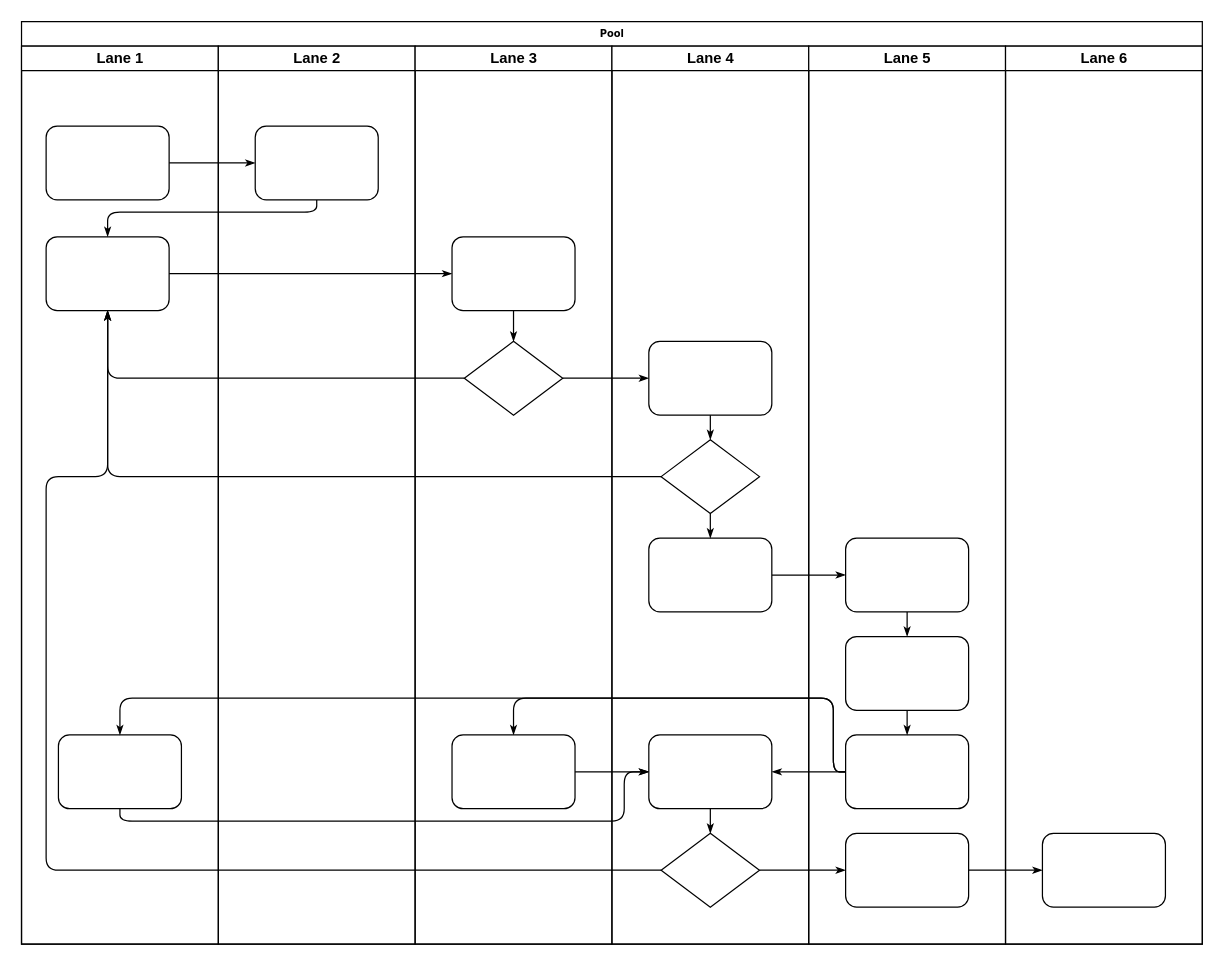
Before: Converter.drawio in wang-zhen-52/Diagrams, a draw.io diagram. Source tidied: cells renumbered, new cells numbered last; positions are measured from the earlier drawing's top-left corner, leaving out a move shared by most shapes. Both pictures are drawn from the tidied source at 123%, with x=0, y=0 at pixel (21, 21).
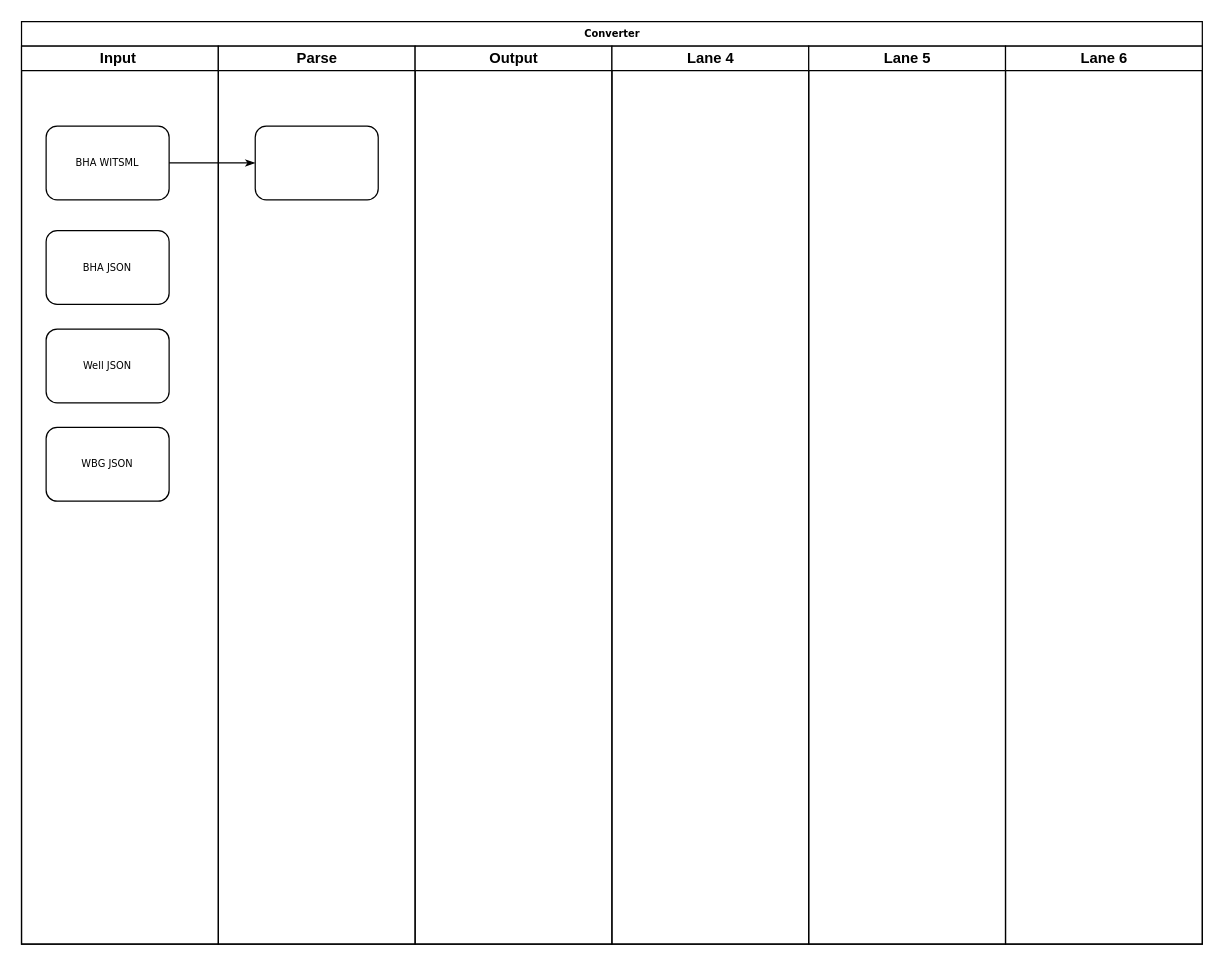
The same page after the edit.

Unchanged cells that the change refers to:
```xml
<mxCell id="23" style="rounded=1;whiteSpace=wrap;html=1;shadow=0;labelBackgroundColor=none;strokeWidth=1;fontFamily=Verdana;fontSize=8;align=center;" parent="22" vertex="1">
  <mxGeometry x="30" y="65" width="100" height="60" as="geometry" />
</mxCell>
<mxCell id="29" value="Lane 4" style="swimlane;html=1;startSize=20;" parent="2" vertex="1">
  <mxGeometry x="480" y="20" width="160" height="730" as="geometry" />
</mxCell>
<mxCell id="38" value="Lane 5" style="swimlane;html=1;startSize=20;" parent="2" vertex="1">
  <mxGeometry x="640" y="20" width="160" height="730" as="geometry" />
</mxCell>
<mxCell id="45" value="Lane 6" style="swimlane;html=1;startSize=20;" parent="2" vertex="1">
  <mxGeometry x="800" y="20" width="160" height="730" as="geometry" />
</mxCell>
```

What changed in the source:
```diff
@@
-    <mxCell id="2" value="Pool" style="swimlane;html=1;startSize=20;rounded=0;shadow=0;labelBackgroundColor=none;strokeWidth=1;fontFamily=Verdana;fontSize=8;align=center;" parent="1" vertex="1">
+    <mxCell id="2" value="Converter" style="swimlane;html=1;startSize=20;rounded=0;shadow=0;labelBackgroundColor=none;strokeWidth=1;fontFamily=Verdana;fontSize=8;align=center;" parent="1" vertex="1">
       <mxGeometry width="960" height="750" as="geometry" />
     </mxCell>
-    <mxCell id="3" value="Lane 1" style="swimlane;html=1;startSize=20;" parent="2" vertex="1">
+    <mxCell id="3" value="Input&amp;nbsp;" style="swimlane;html=1;startSize=20;" parent="2" vertex="1">
       <mxGeometry y="20" width="160" height="730" as="geometry" />
     </mxCell>
-    <mxCell id="4" style="rounded=1;whiteSpace=wrap;html=1;shadow=0;labelBackgroundColor=none;strokeWidth=1;fontFamily=Verdana;fontSize=8;align=center;" parent="3" vertex="1">
+    <mxCell id="4" value="BHA WITSML" style="rounded=1;whiteSpace=wrap;html=1;shadow=0;labelBackgroundColor=none;strokeWidth=1;fontFamily=Verdana;fontSize=8;align=center;" parent="3" vertex="1">
       <mxGeometry x="20" y="65" width="100" height="60" as="geometry" />
     </mxCell>
-    <mxCell id="5" style="rounded=1;whiteSpace=wrap;html=1;shadow=0;labelBackgroundColor=none;strokeWidth=1;fontFamily=Verdana;fontSize=8;align=center;" parent="3" vertex="1">
-      <mxGeometry x="20" y="155" width="100" height="60" as="geometry" />
-    </mxCell>
-    <mxCell id="6" style="rounded=1;whiteSpace=wrap;html=1;shadow=0;labelBackgroundColor=none;strokeWidth=1;fontFamily=Verdana;fontSize=8;align=center;" parent="3" vertex="1">
-      <mxGeometry x="30" y="560" width="100" height="60" as="geometry" />
-    </mxCell>
+    <mxCell id="47" value="BHA JSON" style="rounded=1;whiteSpace=wrap;html=1;shadow=0;labelBackgroundColor=none;strokeWidth=1;fontFamily=Verdana;fontSize=8;align=center;" parent="3" vertex="1">
+      <mxGeometry x="20" y="150" width="100" height="60" as="geometry" />
+    </mxCell>
+    <mxCell id="48" value="Well JSON" style="rounded=1;whiteSpace=wrap;html=1;shadow=0;labelBackgroundColor=none;strokeWidth=1;fontFamily=Verdana;fontSize=8;align=center;" parent="3" vertex="1">
+      <mxGeometry x="20" y="230" width="100" height="60" as="geometry" />
+    </mxCell>
+    <mxCell id="49" value="WBG JSON" style="rounded=1;whiteSpace=wrap;html=1;shadow=0;labelBackgroundColor=none;strokeWidth=1;fontFamily=Verdana;fontSize=8;align=center;" parent="3" vertex="1">
+      <mxGeometry x="20" y="310" width="100" height="60" as="geometry" />
+    </mxCell>
@@
-    <mxCell id="8" style="edgeStyle=orthogonalEdgeStyle;rounded=1;html=1;labelBackgroundColor=none;startArrow=none;startFill=0;startSize=5;endArrow=classicThin;endFill=1;endSize=5;jettySize=auto;strokeWidth=1;fontFamily=Verdana;fontSize=8;" parent="2" edge="1" source="23" target="5">
-      <mxGeometry relative="1" as="geometry">
-        <Array as="points">
-          <mxPoint x="240" y="155" />
-          <mxPoint x="70" y="155" />
-        </Array>
-      </mxGeometry>
-    </mxCell>
-    <mxCell id="9" style="edgeStyle=orthogonalEdgeStyle;rounded=1;html=1;labelBackgroundColor=none;startArrow=none;startFill=0;startSize=5;endArrow=classicThin;endFill=1;endSize=5;jettySize=auto;strokeWidth=1;fontFamily=Verdana;fontSize=8;" parent="2" edge="1" source="5" target="25">
-      <mxGeometry relative="1" as="geometry" />
-    </mxCell>
-    <mxCell id="10" style="edgeStyle=orthogonalEdgeStyle;rounded=1;html=1;labelBackgroundColor=none;startArrow=none;startFill=0;startSize=5;endArrow=classicThin;endFill=1;endSize=5;jettySize=auto;strokeWidth=1;fontFamily=Verdana;fontSize=8;" parent="2" edge="1" source="26" target="5">
-      <mxGeometry relative="1" as="geometry" />
-    </mxCell>
-    <mxCell id="11" style="edgeStyle=orthogonalEdgeStyle;rounded=1;html=1;labelBackgroundColor=none;startArrow=none;startFill=0;startSize=5;endArrow=classicThin;endFill=1;endSize=5;jettySize=auto;strokeWidth=1;fontFamily=Verdana;fontSize=8;" parent="2" edge="1" source="31" target="5">
-      <mxGeometry relative="1" as="geometry" />
-    </mxCell>
-    <mxCell id="12" style="edgeStyle=orthogonalEdgeStyle;rounded=1;html=1;labelBackgroundColor=none;startArrow=none;startFill=0;startSize=5;endArrow=classicThin;endFill=1;endSize=5;jettySize=auto;strokeWidth=1;fontFamily=Verdana;fontSize=8;" parent="2" edge="1" source="34" target="5">
-      <mxGeometry relative="1" as="geometry">
-        <Array as="points">
-          <mxPoint x="20" y="690" />
-          <mxPoint x="20" y="370" />
-          <mxPoint x="70" y="370" />
-        </Array>
-      </mxGeometry>
-    </mxCell>
-    <mxCell id="13" style="edgeStyle=orthogonalEdgeStyle;rounded=1;html=1;labelBackgroundColor=none;startArrow=none;startFill=0;startSize=5;endArrow=classicThin;endFill=1;endSize=5;jettySize=auto;strokeWidth=1;fontFamily=Verdana;fontSize=8;" parent="2" edge="1" source="26" target="30">
-      <mxGeometry relative="1" as="geometry" />
-    </mxCell>
-    <mxCell id="14" style="edgeStyle=orthogonalEdgeStyle;rounded=1;html=1;labelBackgroundColor=none;startArrow=none;startFill=0;startSize=5;endArrow=classicThin;endFill=1;endSize=5;jettySize=auto;strokeWidth=1;fontFamily=Verdana;fontSize=8;" parent="2" edge="1" source="34" target="42">
-      <mxGeometry relative="1" as="geometry" />
-    </mxCell>
-    <mxCell id="15" style="edgeStyle=orthogonalEdgeStyle;rounded=1;html=1;labelBackgroundColor=none;startArrow=none;startFill=0;startSize=5;endArrow=classicThin;endFill=1;endSize=5;jettySize=auto;strokeWidth=1;fontFamily=Verdana;fontSize=8;" parent="2" edge="1" source="42" target="46">
-      <mxGeometry relative="1" as="geometry" />
-    </mxCell>
-    <mxCell id="16" style="edgeStyle=orthogonalEdgeStyle;rounded=1;html=1;labelBackgroundColor=none;startArrow=none;startFill=0;startSize=5;endArrow=classicThin;endFill=1;endSize=5;jettySize=auto;strokeWidth=1;fontFamily=Verdana;fontSize=8;" parent="2" edge="1" source="32" target="39">
-      <mxGeometry relative="1" as="geometry" />
-    </mxCell>
-    <mxCell id="17" style="edgeStyle=orthogonalEdgeStyle;rounded=1;html=1;labelBackgroundColor=none;startArrow=none;startFill=0;startSize=5;endArrow=classicThin;endFill=1;endSize=5;jettySize=auto;strokeWidth=1;fontFamily=Verdana;fontSize=8;" parent="2" edge="1" source="41" target="27">
-      <mxGeometry relative="1" as="geometry">
-        <Array as="points">
-          <mxPoint x="660" y="610" />
-          <mxPoint x="660" y="550" />
-          <mxPoint x="400" y="550" />
-        </Array>
-      </mxGeometry>
-    </mxCell>
-    <mxCell id="18" style="edgeStyle=orthogonalEdgeStyle;rounded=1;html=1;labelBackgroundColor=none;startArrow=none;startFill=0;startSize=5;endArrow=classicThin;endFill=1;endSize=5;jettySize=auto;strokeColor=#000000;strokeWidth=1;fontFamily=Verdana;fontSize=8;fontColor=#000000;" parent="2" edge="1" source="41" target="33">
-      <mxGeometry relative="1" as="geometry" />
-    </mxCell>
-    <mxCell id="19" style="edgeStyle=orthogonalEdgeStyle;rounded=1;html=1;labelBackgroundColor=none;startArrow=none;startFill=0;startSize=5;endArrow=classicThin;endFill=1;endSize=5;jettySize=auto;strokeWidth=1;fontFamily=Verdana;fontSize=8;" parent="2" edge="1" source="41" target="6">
-      <mxGeometry relative="1" as="geometry">
-        <Array as="points">
-          <mxPoint x="660" y="610" />
-          <mxPoint x="660" y="550" />
-          <mxPoint x="80" y="550" />
-        </Array>
-      </mxGeometry>
-    </mxCell>
-    <mxCell id="20" style="edgeStyle=orthogonalEdgeStyle;rounded=1;html=1;labelBackgroundColor=none;startArrow=none;startFill=0;startSize=5;endArrow=classicThin;endFill=1;endSize=5;jettySize=auto;strokeWidth=1;fontFamily=Verdana;fontSize=8;" parent="2" edge="1" source="6" target="33">
-      <mxGeometry relative="1" as="geometry">
-        <Array as="points">
-          <mxPoint x="80" y="650" />
-          <mxPoint x="490" y="650" />
-          <mxPoint x="490" y="610" />
-        </Array>
-      </mxGeometry>
-    </mxCell>
-    <mxCell id="21" style="edgeStyle=orthogonalEdgeStyle;rounded=1;html=1;labelBackgroundColor=none;startArrow=none;startFill=0;startSize=5;endArrow=classicThin;endFill=1;endSize=5;jettySize=auto;strokeWidth=1;fontFamily=Verdana;fontSize=8;" parent="2" edge="1" source="27" target="33">
-      <mxGeometry relative="1" as="geometry" />
-    </mxCell>
-    <mxCell id="22" value="Lane 2" style="swimlane;html=1;startSize=20;" parent="2" vertex="1">
+    <mxCell id="22" value="Parse" style="swimlane;html=1;startSize=20;" parent="2" vertex="1">
       <mxGeometry x="160" y="20" width="160" height="730" as="geometry" />
     </mxCell>
@@
-    <mxCell id="24" value="Lane 3" style="swimlane;html=1;startSize=20;" parent="2" vertex="1">
+    <mxCell id="24" value="Output" style="swimlane;html=1;startSize=20;" parent="2" vertex="1">
       <mxGeometry x="320" y="20" width="160" height="730" as="geometry" />
     </mxCell>
-    <mxCell id="25" style="rounded=1;whiteSpace=wrap;html=1;shadow=0;labelBackgroundColor=none;strokeWidth=1;fontFamily=Verdana;fontSize=8;align=center;" parent="24" vertex="1">
-      <mxGeometry x="30" y="155" width="100" height="60" as="geometry" />
-    </mxCell>
-    <mxCell id="26" style="rhombus;whiteSpace=wrap;html=1;rounded=0;shadow=0;labelBackgroundColor=none;strokeWidth=1;fontFamily=Verdana;fontSize=8;align=center;" parent="24" vertex="1">
-      <mxGeometry x="40" y="240" width="80" height="60" as="geometry" />
-    </mxCell>
-    <mxCell id="27" style="rounded=1;whiteSpace=wrap;html=1;shadow=0;labelBackgroundColor=none;strokeWidth=1;fontFamily=Verdana;fontSize=8;align=center;" parent="24" vertex="1">
-      <mxGeometry x="30" y="560" width="100" height="60" as="geometry" />
-    </mxCell>
-    <mxCell id="28" style="edgeStyle=orthogonalEdgeStyle;rounded=1;html=1;labelBackgroundColor=none;startArrow=none;startFill=0;startSize=5;endArrow=classicThin;endFill=1;endSize=5;jettySize=auto;strokeWidth=1;fontFamily=Verdana;fontSize=8;" parent="24" edge="1" source="25" target="26">
-      <mxGeometry relative="1" as="geometry" />
-    </mxCell>
@@
-    <mxCell id="30" style="rounded=1;whiteSpace=wrap;html=1;shadow=0;labelBackgroundColor=none;strokeWidth=1;fontFamily=Verdana;fontSize=8;align=center;" parent="29" vertex="1">
-      <mxGeometry x="30" y="240" width="100" height="60" as="geometry" />
-    </mxCell>
-    <mxCell id="31" style="rhombus;whiteSpace=wrap;html=1;rounded=0;shadow=0;labelBackgroundColor=none;strokeWidth=1;fontFamily=Verdana;fontSize=8;align=center;" parent="29" vertex="1">
-      <mxGeometry x="40" y="320" width="80" height="60" as="geometry" />
-    </mxCell>
-    <mxCell id="32" style="rounded=1;whiteSpace=wrap;html=1;shadow=0;labelBackgroundColor=none;strokeWidth=1;fontFamily=Verdana;fontSize=8;align=center;" parent="29" vertex="1">
-      <mxGeometry x="30" y="400" width="100" height="60" as="geometry" />
-    </mxCell>
-    <mxCell id="33" style="rounded=1;whiteSpace=wrap;html=1;shadow=0;labelBackgroundColor=none;strokeWidth=1;fontFamily=Verdana;fontSize=8;align=center;" parent="29" vertex="1">
-      <mxGeometry x="30" y="560" width="100" height="60" as="geometry" />
-    </mxCell>
-    <mxCell id="34" style="rhombus;whiteSpace=wrap;html=1;rounded=0;shadow=0;labelBackgroundColor=none;strokeWidth=1;fontFamily=Verdana;fontSize=8;align=center;" parent="29" vertex="1">
-      <mxGeometry x="40" y="640" width="80" height="60" as="geometry" />
-    </mxCell>
-    <mxCell id="35" style="edgeStyle=orthogonalEdgeStyle;rounded=1;html=1;labelBackgroundColor=none;startArrow=none;startFill=0;startSize=5;endArrow=classicThin;endFill=1;endSize=5;jettySize=auto;strokeColor=#000000;strokeWidth=1;fontFamily=Verdana;fontSize=8;fontColor=#000000;" parent="29" edge="1" source="30" target="31">
-      <mxGeometry relative="1" as="geometry" />
-    </mxCell>
-    <mxCell id="36" style="edgeStyle=orthogonalEdgeStyle;rounded=1;html=1;labelBackgroundColor=none;startArrow=none;startFill=0;startSize=5;endArrow=classicThin;endFill=1;endSize=5;jettySize=auto;strokeWidth=1;fontFamily=Verdana;fontSize=8;" parent="29" edge="1" source="31" target="32">
-      <mxGeometry relative="1" as="geometry" />
-    </mxCell>
-    <mxCell id="37" style="edgeStyle=orthogonalEdgeStyle;rounded=1;html=1;labelBackgroundColor=none;startArrow=none;startFill=0;startSize=5;endArrow=classicThin;endFill=1;endSize=5;jettySize=auto;strokeWidth=1;fontFamily=Verdana;fontSize=8;" parent="29" edge="1" source="33" target="34">
-      <mxGeometry relative="1" as="geometry" />
-    </mxCell>
@@
-    <mxCell id="39" style="rounded=1;whiteSpace=wrap;html=1;shadow=0;labelBackgroundColor=none;strokeWidth=1;fontFamily=Verdana;fontSize=8;align=center;" parent="38" vertex="1">
-      <mxGeometry x="30" y="400" width="100" height="60" as="geometry" />
-    </mxCell>
-    <mxCell id="40" style="rounded=1;whiteSpace=wrap;html=1;shadow=0;labelBackgroundColor=none;strokeWidth=1;fontFamily=Verdana;fontSize=8;align=center;" parent="38" vertex="1">
-      <mxGeometry x="30" y="480" width="100" height="60" as="geometry" />
-    </mxCell>
-    <mxCell id="41" style="rounded=1;whiteSpace=wrap;html=1;shadow=0;labelBackgroundColor=none;strokeWidth=1;fontFamily=Verdana;fontSize=8;align=center;" parent="38" vertex="1">
-      <mxGeometry x="30" y="560" width="100" height="60" as="geometry" />
-    </mxCell>
-    <mxCell id="42" style="rounded=1;whiteSpace=wrap;html=1;shadow=0;labelBackgroundColor=none;strokeWidth=1;fontFamily=Verdana;fontSize=8;align=center;" parent="38" vertex="1">
-      <mxGeometry x="30" y="640" width="100" height="60" as="geometry" />
-    </mxCell>
-    <mxCell id="43" style="edgeStyle=orthogonalEdgeStyle;rounded=1;html=1;labelBackgroundColor=none;startArrow=none;startFill=0;startSize=5;endArrow=classicThin;endFill=1;endSize=5;jettySize=auto;strokeWidth=1;fontFamily=Verdana;fontSize=8;" parent="38" edge="1" source="39" target="40">
-      <mxGeometry relative="1" as="geometry" />
-    </mxCell>
-    <mxCell id="44" style="edgeStyle=orthogonalEdgeStyle;rounded=1;html=1;labelBackgroundColor=none;startArrow=none;startFill=0;startSize=5;endArrow=classicThin;endFill=1;endSize=5;jettySize=auto;strokeWidth=1;fontFamily=Verdana;fontSize=8;" parent="38" edge="1" source="40" target="41">
-      <mxGeometry relative="1" as="geometry" />
-    </mxCell>
@@
-    <mxCell id="46" style="rounded=1;whiteSpace=wrap;html=1;shadow=0;labelBackgroundColor=none;strokeWidth=1;fontFamily=Verdana;fontSize=8;align=center;" parent="45" vertex="1">
-      <mxGeometry x="30" y="640" width="100" height="60" as="geometry" />
-    </mxCell>
```
